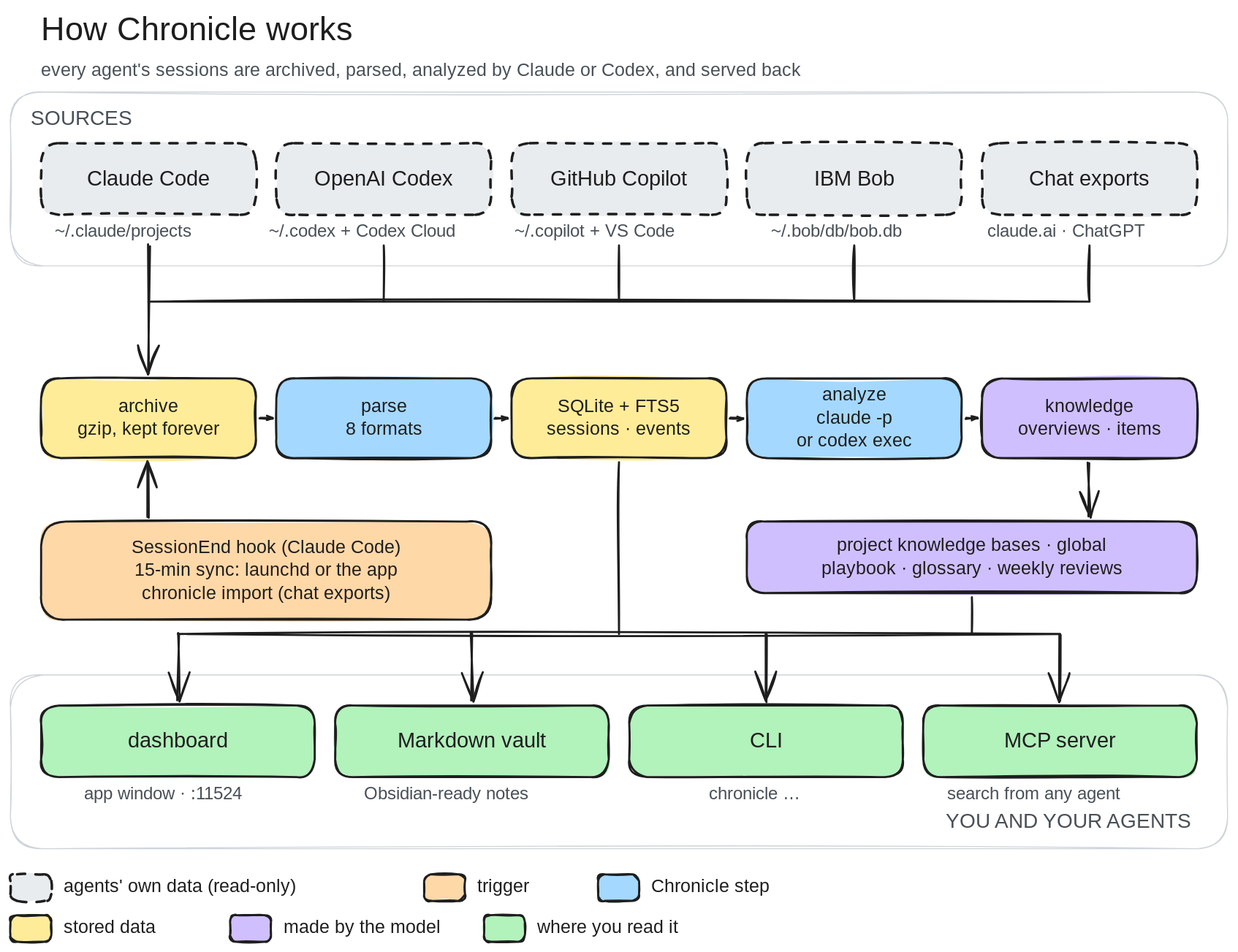
The Excalidraw diagram docs/diagrams/architecture.excalidraw.svg in Chatixia-AI/agents-chronicle, before a commit. Source tidied: one line per element, renumbered; positions are measured from the earlier drawing's top-left corner, leaving out a move shared by most shapes.
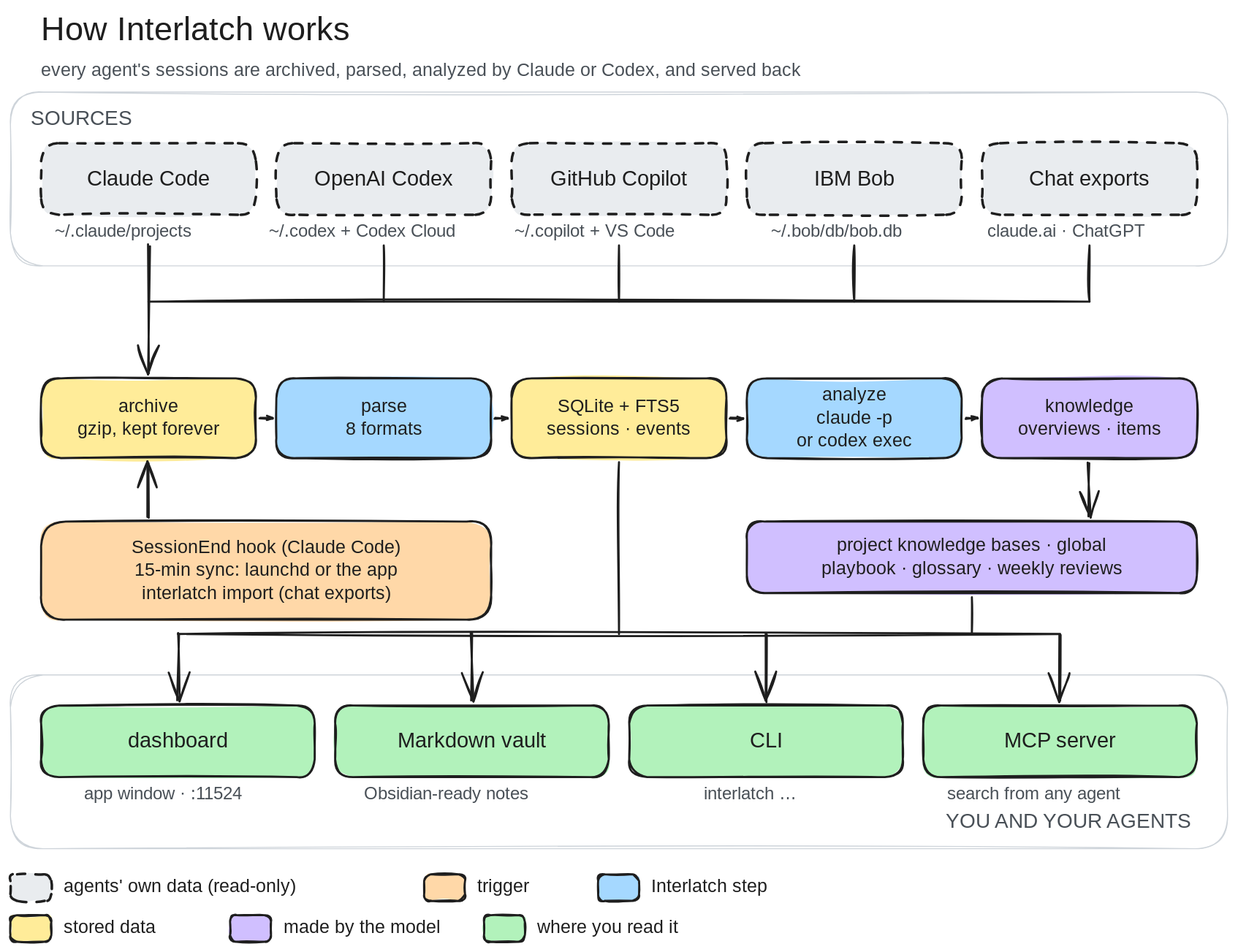
The same diagram one commit later.

What changed in the source:
```diff
@@ -1,4 +1,4 @@
-{"id": 0, "type": "text", "text": "How Chronicle works", "strokeColor": "#1e1e1e", "strokeWidth": 2, "roughness": 1, "fontSize": 32, "fontFamily": 1, "x": 30, "y": 0, "width": 377, "height": 40}
+{"id": 0, "type": "text", "text": "How Interlatch works", "strokeColor": "#1e1e1e", "strokeWidth": 2, "roughness": 1, "fontSize": 32, "fontFamily": 1, "x": 30, "y": 0, "width": 397, "height": 40}
 {"id": 1, "type": "text", "text": "every agent's sessions are archived, parsed, analyzed by Claude or Codex, and served back", "strokeColor": "#495057", "strokeWidth": 2, "roughness": 1, "fontSize": 18, "fontFamily": 1, "x": 30, "y": 48, "width": 993, "height": 22}
 {"id": 2, "type": "rectangle", "strokeColor": "#ced4da", "strokeWidth": 1, "roughness": 1, "round": true, "x": 0, "y": 80, "width": 1190, "height": 170}
 {"id": 3, "type": "text", "text": "SOURCES", "strokeColor": "#495057", "strokeWidth": 2, "roughness": 1, "fontSize": 20, "fontFamily": 1, "x": 20, "y": 94, "width": 87, "height": 25}
@@ -38,7 +38,7 @@
 {"id": 37, "type": "arrow", "strokeColor": "#1e1e1e", "strokeWidth": 2, "roughness": 1, "endArrowhead": "arrow", "round": true, "from": 28, "to": 30, "x": 704, "y": 399, "width": 12, "height": 0, "points": [[0, 0], [12, 0]]}
 {"id": 38, "type": "arrow", "strokeColor": "#1e1e1e", "strokeWidth": 2, "roughness": 1, "endArrowhead": "arrow", "round": true, "from": 30, "to": 32, "x": 934, "y": 399, "width": 12, "height": 0, "points": [[0, 0], [12, 0]]}
 {"id": 39, "type": "rectangle", "strokeColor": "#1e1e1e", "backgroundColor": "#ffd8a8", "fillStyle": "solid", "strokeWidth": 2, "roughness": 1, "round": true, "x": 30, "y": 500, "width": 440, "height": 96}
-{"id": 40, "type": "text", "text": "SessionEnd hook (Claude Code)\n15-min sync: launchd or the app\nchronicle import (chat exports)", "strokeColor": "#1e1e1e", "strokeWidth": 2, "roughness": 1, "fontSize": 18, "fontFamily": 1, "textAlign": "center", "verticalAlign": "middle", "inside": 39, "x": 77, "y": 514, "width": 346, "height": 68}
+{"id": 40, "type": "text", "text": "SessionEnd hook (Claude Code)\n15-min sync: launchd or the app\ninterlatch import (chat exports)", "strokeColor": "#1e1e1e", "strokeWidth": 2, "roughness": 1, "fontSize": 18, "fontFamily": 1, "textAlign": "center", "verticalAlign": "middle", "inside": 39, "x": 71, "y": 514, "width": 357, "height": 68}
 {"id": 41, "type": "arrow", "strokeColor": "#1e1e1e", "strokeWidth": 2, "roughness": 1, "endArrowhead": "arrow", "round": true, "from": 39, "to": 24, "x": 135, "y": 496, "width": 0, "height": 54, "points": [[0, 0], [0, -54]]}
 {"id": 42, "type": "rectangle", "strokeColor": "#1e1e1e", "backgroundColor": "#d0bfff", "fillStyle": "solid", "strokeWidth": 2, "roughness": 1, "round": true, "x": 720, "y": 500, "width": 440, "height": 70}
 {"id": 43, "type": "text", "text": "project knowledge bases · global\nplaybook · glossary · weekly reviews", "strokeColor": "#1e1e1e", "strokeWidth": 2, "roughness": 1, "fontSize": 18, "fontFamily": 1, "textAlign": "center", "verticalAlign": "middle", "inside": 42, "x": 739, "y": 512, "width": 402, "height": 45}
@@ -59,7 +59,7 @@
 {"id": 58, "type": "rectangle", "strokeColor": "#1e1e1e", "backgroundColor": "#b2f2bb", "fillStyle": "solid", "strokeWidth": 2, "roughness": 1, "round": true, "x": 605, "y": 680, "width": 268, "height": 70}
 {"id": 59, "type": "text", "text": "CLI", "strokeColor": "#1e1e1e", "strokeWidth": 2, "roughness": 1, "fontSize": 21, "fontFamily": 1, "textAlign": "center", "verticalAlign": "middle", "inside": 58, "x": 719, "y": 702, "width": 39, "height": 26}
 {"id": 60, "type": "arrow", "strokeColor": "#1e1e1e", "strokeWidth": 2, "roughness": 1, "endArrowhead": "arrow", "round": true, "to": 58, "x": 739, "y": 610, "width": 0, "height": 66, "points": [[0, 0], [0, 66]]}
-{"id": 61, "type": "text", "text": "chronicle …", "strokeColor": "#495057", "strokeWidth": 2, "roughness": 1, "fontSize": 17, "fontFamily": 3, "x": 683, "y": 756, "width": 112, "height": 21}
+{"id": 61, "type": "text", "text": "interlatch …", "strokeColor": "#495057", "strokeWidth": 2, "roughness": 1, "fontSize": 17, "fontFamily": 3, "x": 678, "y": 756, "width": 122, "height": 21}
 {"id": 62, "type": "rectangle", "strokeColor": "#1e1e1e", "backgroundColor": "#b2f2bb", "fillStyle": "solid", "strokeWidth": 2, "roughness": 1, "round": true, "x": 892, "y": 680, "width": 268, "height": 70}
 {"id": 63, "type": "text", "text": "MCP server", "strokeColor": "#1e1e1e", "strokeWidth": 2, "roughness": 1, "fontSize": 21, "fontFamily": 1, "textAlign": "center", "verticalAlign": "middle", "inside": 62, "x": 961, "y": 702, "width": 130, "height": 26}
 {"id": 64, "type": "arrow", "strokeColor": "#1e1e1e", "strokeWidth": 2, "roughness": 1, "endArrowhead": "arrow", "round": true, "to": 62, "x": 1026, "y": 610, "width": 0, "height": 66, "points": [[0, 0], [0, 66]]}
@@ -69,7 +69,7 @@
 {"id": 68, "type": "rectangle", "strokeColor": "#1e1e1e", "backgroundColor": "#ffd8a8", "fillStyle": "solid", "strokeWidth": 2, "roughness": 1, "round": true, "x": 404, "y": 845, "width": 40, "height": 26}
 {"id": 69, "type": "text", "text": "trigger", "strokeColor": "#1e1e1e", "strokeWidth": 2, "roughness": 1, "fontSize": 18, "fontFamily": 1, "x": 456, "y": 846, "width": 78, "height": 22}
 {"id": 70, "type": "rectangle", "strokeColor": "#1e1e1e", "backgroundColor": "#a5d8ff", "fillStyle": "solid", "strokeWidth": 2, "roughness": 1, "round": true, "x": 575, "y": 845, "width": 40, "height": 26}
-{"id": 71, "type": "text", "text": "Chronicle step", "strokeColor": "#1e1e1e", "strokeWidth": 2, "roughness": 1, "fontSize": 18, "fontFamily": 1, "x": 627, "y": 846, "width": 156, "height": 22}
+{"id": 71, "type": "text", "text": "Interlatch step", "strokeColor": "#1e1e1e", "strokeWidth": 2, "roughness": 1, "fontSize": 18, "fontFamily": 1, "x": 627, "y": 846, "width": 167, "height": 22}
 {"id": 72, "type": "rectangle", "strokeColor": "#1e1e1e", "backgroundColor": "#ffec99", "fillStyle": "solid", "strokeWidth": 2, "roughness": 1, "round": true, "x": 0, "y": 885, "width": 40, "height": 26}
 {"id": 73, "type": "text", "text": "stored data", "strokeColor": "#1e1e1e", "strokeWidth": 2, "roughness": 1, "fontSize": 18, "fontFamily": 1, "x": 52, "y": 886, "width": 123, "height": 22}
 {"id": 74, "type": "rectangle", "strokeColor": "#1e1e1e", "backgroundColor": "#d0bfff", "fillStyle": "solid", "strokeWidth": 2, "roughness": 1, "round": true, "x": 215, "y": 885, "width": 40, "height": 26}
```
